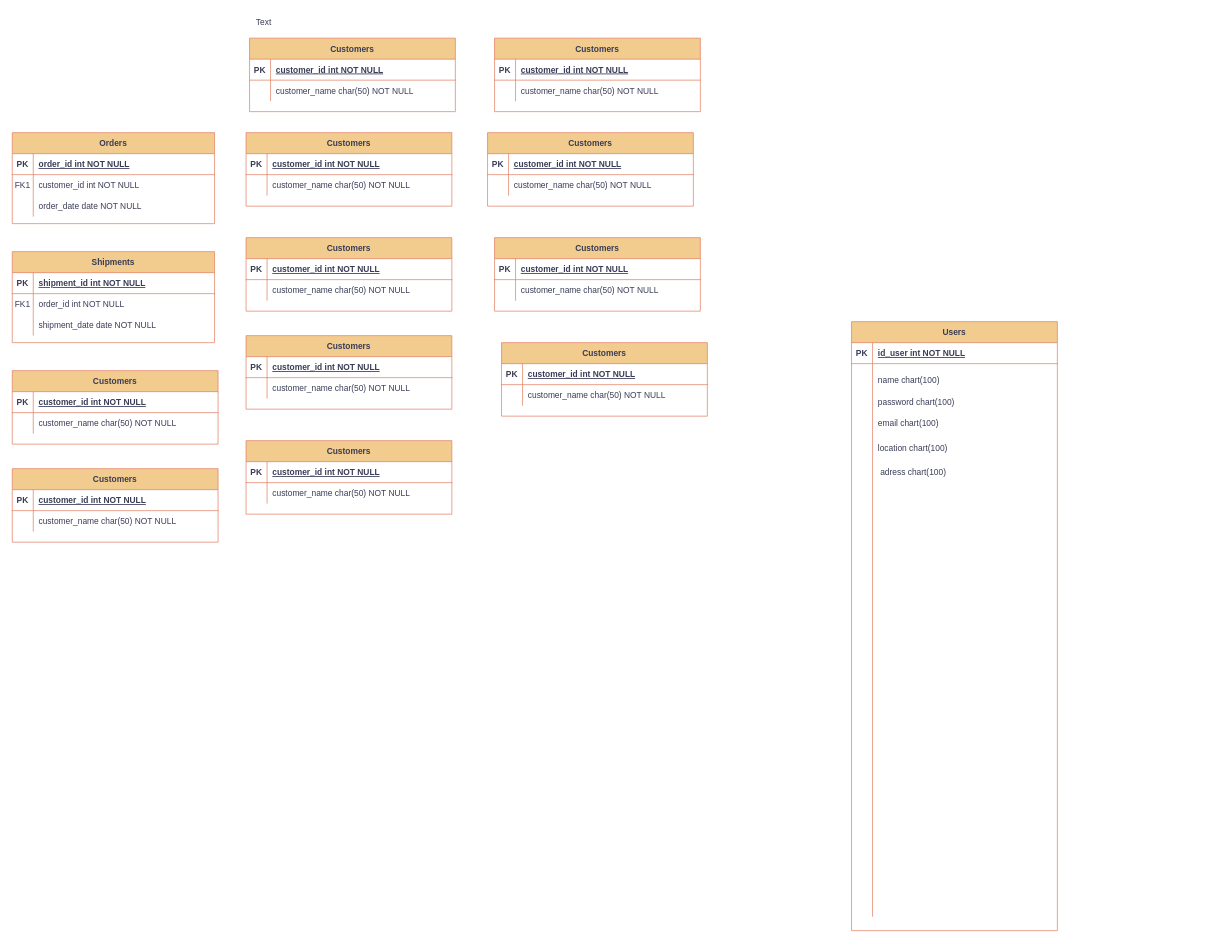
This is Diagrama_Depto.drawio from Toukhay/Mydeptos-2, a draw.io file, before an edit. Source tidied: cells renumbered, new cells numbered last; positions are measured from the earlier drawing's top-left corner, leaving out a move shared by most shapes. Both pictures are drawn from the tidied source at 70%, with x=0, y=0 at pixel (12, 12).
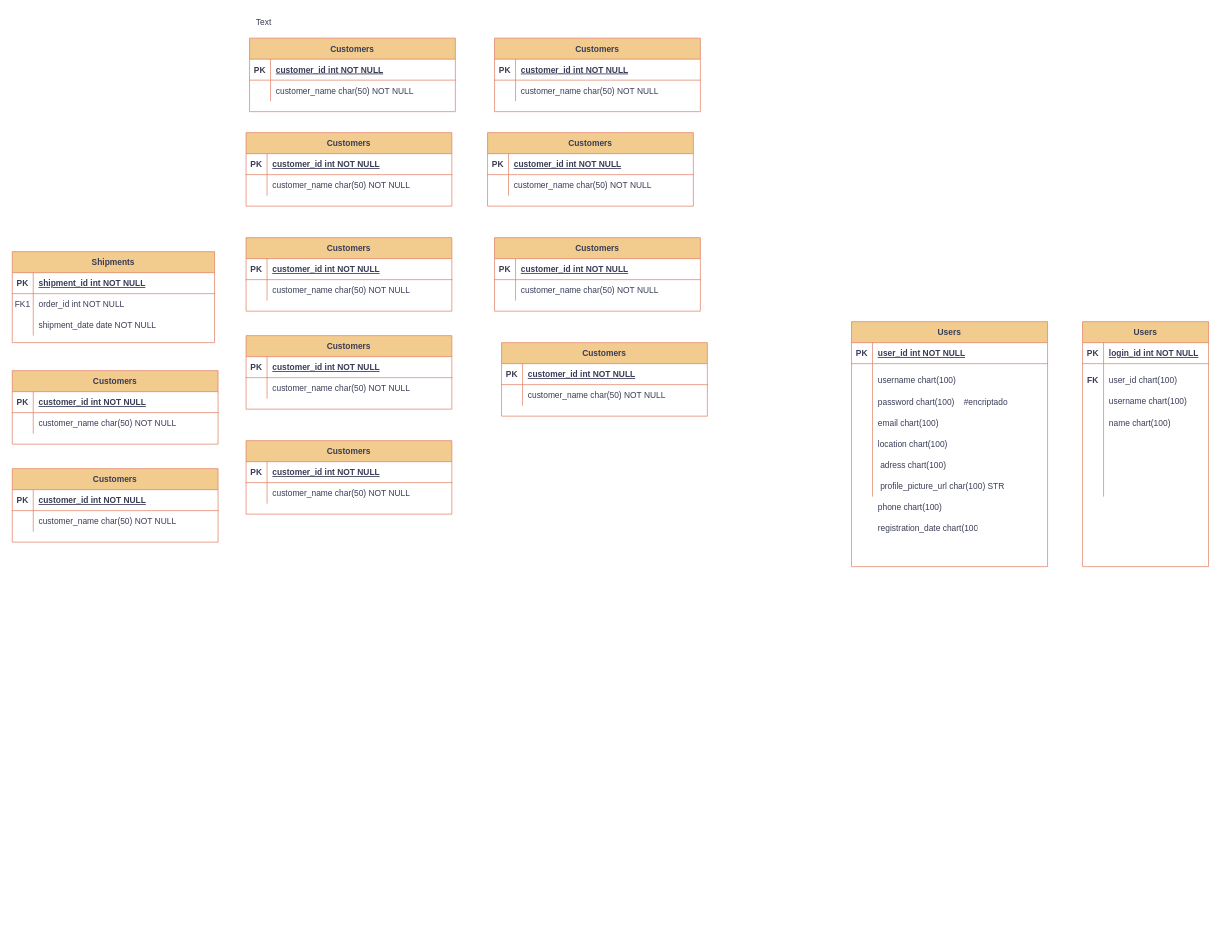
Above is the later version.

What changed in the source:
```diff
@@
-    <mxCell id="2" value="Orders" style="shape=table;startSize=30;childLayout=tableLayout;rowLines=0;fontStyle=1;align=center;labelBackgroundColor=none;fillColor=#F2CC8F;strokeColor=#E07A5F;fontColor=#393C56;" parent="1" vertex="1">
-      <mxGeometry y="172" width="289" height="130" as="geometry" />
-    </mxCell>
-    <mxCell id="3" style="shape=partialRectangle;fillColor=none;top=0;left=0;right=0;bottom=1;labelBackgroundColor=none;strokeColor=#E07A5F;fontColor=#393C56;" parent="2" vertex="1">
-      <mxGeometry y="30" width="289" height="30" as="geometry" />
-    </mxCell>
-    <mxCell id="4" value="PK" style="shape=partialRectangle;overflow=hidden;fillColor=none;top=0;left=0;bottom=0;right=0;fontStyle=1;labelBackgroundColor=none;strokeColor=#E07A5F;fontColor=#393C56;" parent="3" vertex="1">
-      <mxGeometry width="30" height="30" as="geometry" />
-    </mxCell>
-    <mxCell id="5" value="order_id int NOT NULL " style="shape=partialRectangle;overflow=hidden;fillColor=none;top=0;left=0;bottom=0;right=0;align=left;spacingLeft=6;fontStyle=5;labelBackgroundColor=none;strokeColor=#E07A5F;fontColor=#393C56;" parent="3" vertex="1">
-      <mxGeometry x="30" width="259" height="30" as="geometry" />
-    </mxCell>
-    <mxCell id="6" style="shape=partialRectangle;fillColor=none;top=0;left=0;right=0;bottom=0;labelBackgroundColor=none;strokeColor=#E07A5F;fontColor=#393C56;" parent="2" vertex="1">
-      <mxGeometry y="60" width="289" height="30" as="geometry" />
-    </mxCell>
-    <mxCell id="7" value="FK1" style="shape=partialRectangle;overflow=hidden;fillColor=none;top=0;left=0;bottom=0;right=0;labelBackgroundColor=none;strokeColor=#E07A5F;fontColor=#393C56;" parent="6" vertex="1">
-      <mxGeometry width="30" height="30" as="geometry" />
-    </mxCell>
-    <mxCell id="8" value="customer_id int NOT NULL" style="shape=partialRectangle;overflow=hidden;fillColor=none;top=0;left=0;bottom=0;right=0;align=left;spacingLeft=6;labelBackgroundColor=none;strokeColor=#E07A5F;fontColor=#393C56;" parent="6" vertex="1">
-      <mxGeometry x="30" width="259" height="30" as="geometry" />
-    </mxCell>
-    <mxCell id="9" style="shape=partialRectangle;fillColor=none;top=0;left=0;right=0;bottom=0;labelBackgroundColor=none;strokeColor=#E07A5F;fontColor=#393C56;" parent="2" vertex="1">
-      <mxGeometry y="90" width="289" height="30" as="geometry" />
-    </mxCell>
-    <mxCell id="10" style="shape=partialRectangle;overflow=hidden;fillColor=none;top=0;left=0;bottom=0;right=0;labelBackgroundColor=none;strokeColor=#E07A5F;fontColor=#393C56;" parent="9" vertex="1">
-      <mxGeometry width="30" height="30" as="geometry" />
-    </mxCell>
-    <mxCell id="11" value="order_date date NOT NULL" style="shape=partialRectangle;overflow=hidden;fillColor=none;top=0;left=0;bottom=0;right=0;align=left;spacingLeft=6;labelBackgroundColor=none;strokeColor=#E07A5F;fontColor=#393C56;" parent="9" vertex="1">
-      <mxGeometry x="30" width="259" height="30" as="geometry" />
-    </mxCell>
@@
     <mxCell id="22" value="Users" style="shape=table;startSize=30;childLayout=tableLayout;rowLines=0;fontStyle=1;align=center;labelBackgroundColor=none;fillColor=#F2CC8F;strokeColor=#E07A5F;fontColor=#393C56;" parent="1" vertex="1">
-      <mxGeometry x="1199" y="442" width="294" height="870" as="geometry" />
+      <mxGeometry x="1199" y="442" width="280" height="350" as="geometry" />
     </mxCell>
     <mxCell id="23" style="shape=partialRectangle;fillColor=none;top=0;left=0;right=0;bottom=1;labelBackgroundColor=none;strokeColor=#E07A5F;fontColor=#393C56;" parent="22" vertex="1">
-      <mxGeometry y="30" width="294" height="30" as="geometry" />
+      <mxGeometry y="30" width="280" height="30" as="geometry" />
     </mxCell>
@@
-    <mxCell id="25" value="id_user int NOT NULL" style="shape=partialRectangle;overflow=hidden;fillColor=none;top=0;left=0;bottom=0;right=0;align=left;spacingLeft=6;fontStyle=5;labelBackgroundColor=none;strokeColor=#E07A5F;fontColor=#393C56;" parent="23" vertex="1">
-      <mxGeometry x="30" width="264" height="30" as="geometry" />
+    <mxCell id="25" value="user_id int NOT NULL" style="shape=partialRectangle;overflow=hidden;fillColor=none;top=0;left=0;bottom=0;right=0;align=left;spacingLeft=6;fontStyle=5;labelBackgroundColor=none;strokeColor=#E07A5F;fontColor=#393C56;" parent="23" vertex="1">
+      <mxGeometry x="30" width="250" height="30" as="geometry" />
     </mxCell>
     <mxCell id="26" style="shape=partialRectangle;fillColor=none;top=0;left=0;right=0;bottom=0;labelBackgroundColor=none;strokeColor=#E07A5F;fontColor=#393C56;" parent="22" vertex="1">
-      <mxGeometry y="60" width="294" height="790" as="geometry" />
+      <mxGeometry y="60" width="280" height="190" as="geometry" />
     </mxCell>
     <mxCell id="27" style="shape=partialRectangle;overflow=hidden;fillColor=none;top=0;left=0;bottom=0;right=0;labelBackgroundColor=none;strokeColor=#E07A5F;fontColor=#393C56;" parent="26" vertex="1">
-      <mxGeometry width="30" height="790" as="geometry" />
+      <mxGeometry width="30" height="190" as="geometry" />
     </mxCell>
     <mxCell id="28" style="shape=partialRectangle;overflow=hidden;fillColor=none;top=0;left=0;bottom=0;right=0;align=left;spacingLeft=6;labelBackgroundColor=none;strokeColor=#E07A5F;fontColor=#393C56;" parent="26" vertex="1">
-      <mxGeometry x="30" width="264" height="790" as="geometry" />
+      <mxGeometry x="30" width="250" height="190" as="geometry" />
     </mxCell>
@@
     <mxCell id="107" value="email chart(100)" style="shape=partialRectangle;overflow=hidden;fillColor=none;top=0;left=0;bottom=0;right=0;align=left;spacingLeft=6;labelBackgroundColor=none;strokeColor=#E07A5F;fontColor=#393C56;" parent="1" vertex="1">
-      <mxGeometry x="1229" y="572" width="264" height="30" as="geometry" />
+      <mxGeometry x="1229" y="572" width="150" height="30" as="geometry" />
     </mxCell>
-    <mxCell id="108" value="password chart(100)" style="shape=partialRectangle;overflow=hidden;fillColor=none;top=0;left=0;bottom=0;right=0;align=left;spacingLeft=6;labelBackgroundColor=none;strokeColor=#E07A5F;fontColor=#393C56;" parent="1" vertex="1">
-      <mxGeometry x="1229" y="542" width="264" height="30" as="geometry" />
+    <mxCell id="108" value="password chart(100)    #encriptado" style="shape=partialRectangle;overflow=hidden;fillColor=none;top=0;left=0;bottom=0;right=0;align=left;spacingLeft=6;labelBackgroundColor=none;strokeColor=#E07A5F;fontColor=#393C56;" parent="1" vertex="1">
+      <mxGeometry x="1229" y="542" width="250" height="30" as="geometry" />
     </mxCell>
     <mxCell id="109" value="location chart(100)" style="shape=partialRectangle;overflow=hidden;fillColor=none;top=0;left=0;bottom=0;right=0;align=left;spacingLeft=6;labelBackgroundColor=none;strokeColor=#E07A5F;fontColor=#393C56;" parent="1" vertex="1">
-      <mxGeometry x="1229" y="607" width="264" height="30" as="geometry" />
+      <mxGeometry x="1229" y="602" width="150" height="30" as="geometry" />
     </mxCell>
     <mxCell id="110" value=" adress chart(100)" style="shape=partialRectangle;overflow=hidden;fillColor=none;top=0;left=0;bottom=0;right=0;align=left;spacingLeft=6;labelBackgroundColor=none;strokeColor=#E07A5F;fontColor=#393C56;" parent="1" vertex="1">
-      <mxGeometry x="1229" y="642" width="264" height="30" as="geometry" />
+      <mxGeometry x="1229" y="632" width="150" height="30" as="geometry" />
     </mxCell>
-    <mxCell id="111" value="name chart(100)" style="shape=partialRectangle;overflow=hidden;fillColor=none;top=0;left=0;bottom=0;right=0;align=left;spacingLeft=6;labelBackgroundColor=none;strokeColor=#E07A5F;fontColor=#393C56;" parent="1" vertex="1">
-      <mxGeometry x="1229" y="509.5" width="264" height="30" as="geometry" />
+    <mxCell id="111" value="username chart(100)" style="shape=partialRectangle;overflow=hidden;fillColor=none;top=0;left=0;bottom=0;right=0;align=left;spacingLeft=6;labelBackgroundColor=none;strokeColor=#E07A5F;fontColor=#393C56;" parent="1" vertex="1">
+      <mxGeometry x="1229" y="509.5" width="150" height="30" as="geometry" />
     </mxCell>
+    <mxCell id="112" value=" profile_picture_url char(100) STR" style="shape=partialRectangle;overflow=hidden;fillColor=none;top=0;left=0;bottom=0;right=0;align=left;spacingLeft=6;labelBackgroundColor=none;strokeColor=#E07A5F;fontColor=#393C56;" parent="1" vertex="1">
+      <mxGeometry x="1229" y="662" width="250" height="30" as="geometry" />
+    </mxCell>
+    <mxCell id="113" value="phone chart(100)" style="shape=partialRectangle;overflow=hidden;fillColor=none;top=0;left=0;bottom=0;right=0;align=left;spacingLeft=6;labelBackgroundColor=none;strokeColor=#E07A5F;fontColor=#393C56;" parent="1" vertex="1">
+      <mxGeometry x="1229" y="692" width="150" height="30" as="geometry" />
+    </mxCell>
+    <mxCell id="114" value="Users" style="shape=table;startSize=30;childLayout=tableLayout;rowLines=0;fontStyle=1;align=center;labelBackgroundColor=none;fillColor=#F2CC8F;strokeColor=#E07A5F;fontColor=#393C56;" parent="1" vertex="1">
+      <mxGeometry x="1529" y="442" width="180" height="350" as="geometry" />
+    </mxCell>
+    <mxCell id="115" style="shape=partialRectangle;fillColor=none;top=0;left=0;right=0;bottom=1;labelBackgroundColor=none;strokeColor=#E07A5F;fontColor=#393C56;" parent="114" vertex="1">
+      <mxGeometry y="30" width="180" height="30" as="geometry" />
+    </mxCell>
+    <mxCell id="4" value="PK" style="shape=partialRectangle;overflow=hidden;fillColor=none;top=0;left=0;bottom=0;right=0;fontStyle=1;labelBackgroundColor=none;strokeColor=#E07A5F;fontColor=#393C56;" parent="115" vertex="1">
+      <mxGeometry width="30" height="30" as="geometry" />
+    </mxCell>
+    <mxCell id="116" value="login_id int NOT NULL" style="shape=partialRectangle;overflow=hidden;fillColor=none;top=0;left=0;bottom=0;right=0;align=left;spacingLeft=6;fontStyle=5;labelBackgroundColor=none;strokeColor=#E07A5F;fontColor=#393C56;" parent="115" vertex="1">
+      <mxGeometry x="30" width="150" height="30" as="geometry" />
+    </mxCell>
+    <mxCell id="117" style="shape=partialRectangle;fillColor=none;top=0;left=0;right=0;bottom=0;labelBackgroundColor=none;strokeColor=#E07A5F;fontColor=#393C56;" parent="114" vertex="1">
+      <mxGeometry y="60" width="180" height="190" as="geometry" />
+    </mxCell>
+    <mxCell id="118" style="shape=partialRectangle;overflow=hidden;fillColor=none;top=0;left=0;bottom=0;right=0;labelBackgroundColor=none;strokeColor=#E07A5F;fontColor=#393C56;" parent="117" vertex="1">
+      <mxGeometry width="30" height="190" as="geometry" />
+    </mxCell>
+    <mxCell id="119" style="shape=partialRectangle;overflow=hidden;fillColor=none;top=0;left=0;bottom=0;right=0;align=left;spacingLeft=6;labelBackgroundColor=none;strokeColor=#E07A5F;fontColor=#393C56;" parent="117" vertex="1">
+      <mxGeometry x="30" width="150" height="190" as="geometry" />
+    </mxCell>
+    <mxCell id="120" value="user_id chart(100)" style="shape=partialRectangle;overflow=hidden;fillColor=none;top=0;left=0;bottom=0;right=0;align=left;spacingLeft=6;labelBackgroundColor=none;strokeColor=#E07A5F;fontColor=#393C56;" parent="1" vertex="1">
+      <mxGeometry x="1559" y="509.5" width="150" height="30" as="geometry" />
+    </mxCell>
+    <mxCell id="121" value="FK" style="shape=partialRectangle;overflow=hidden;fillColor=none;top=0;left=0;bottom=0;right=0;fontStyle=1;labelBackgroundColor=none;strokeColor=#E07A5F;fontColor=#393C56;" parent="1" vertex="1">
+      <mxGeometry x="1529" y="509.5" width="30" height="30" as="geometry" />
+    </mxCell>
+    <mxCell id="122" value="username chart(100)" style="shape=partialRectangle;overflow=hidden;fillColor=none;top=0;left=0;bottom=0;right=0;align=left;spacingLeft=6;labelBackgroundColor=none;strokeColor=#E07A5F;fontColor=#393C56;" parent="1" vertex="1">
+      <mxGeometry x="1559" y="539.5" width="150" height="30" as="geometry" />
+    </mxCell>
+    <mxCell id="123" value="name chart(100)" style="shape=partialRectangle;overflow=hidden;fillColor=none;top=0;left=0;bottom=0;right=0;align=left;spacingLeft=6;labelBackgroundColor=none;strokeColor=#E07A5F;fontColor=#393C56;" parent="1" vertex="1">
+      <mxGeometry x="1559" y="572" width="150" height="30" as="geometry" />
+    </mxCell>
+    <mxCell id="124" value="registration_date chart(100)" style="shape=partialRectangle;overflow=hidden;fillColor=none;top=0;left=0;bottom=0;right=0;align=left;spacingLeft=6;labelBackgroundColor=none;strokeColor=#E07A5F;fontColor=#393C56;" parent="1" vertex="1">
+      <mxGeometry x="1229" y="722" width="150" height="30" as="geometry" />
+    </mxCell>
```
